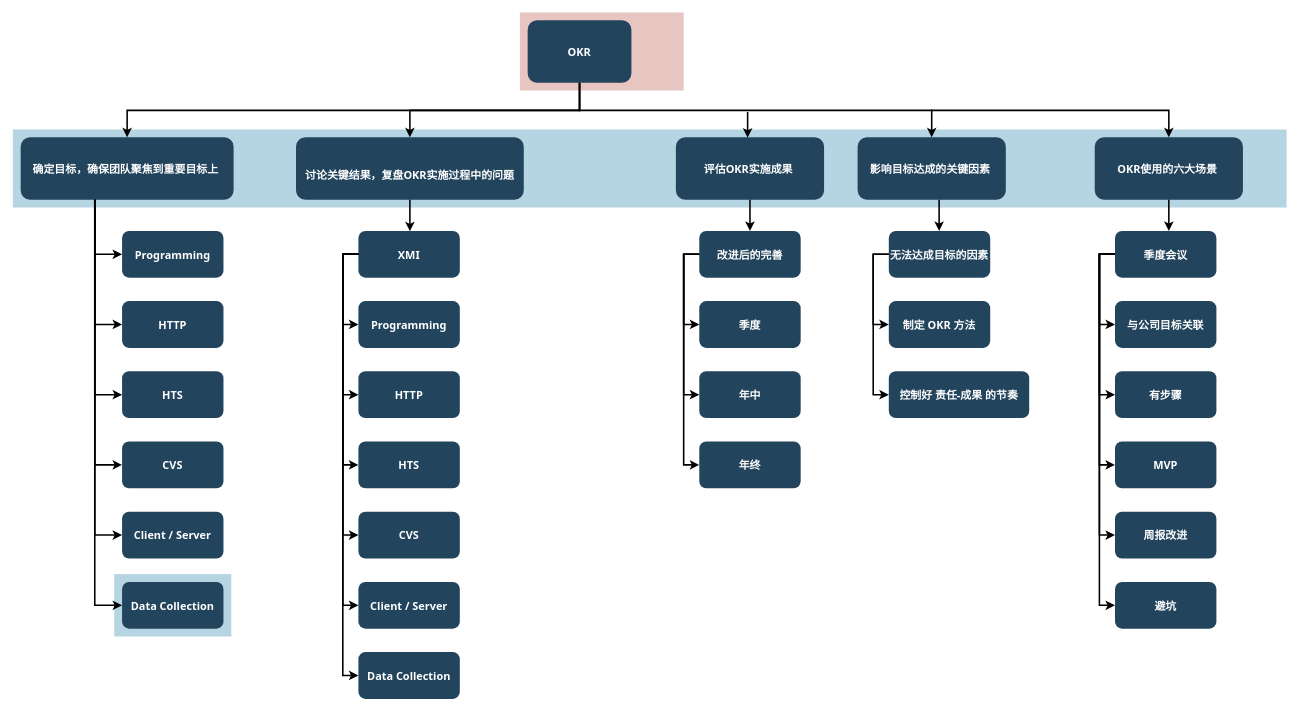
yanlee26/drawings keeps this draw.io diagram as work/Untitled Diagram.drawio. Above is the earlier version. Source tidied: cells renumbered, new cells numbered last; positions are measured from the earlier drawing's top-left corner, leaving out a move shared by most shapes. Both pictures are drawn from the tidied source at 78%, with x=0, y=0 at pixel (12, 12).
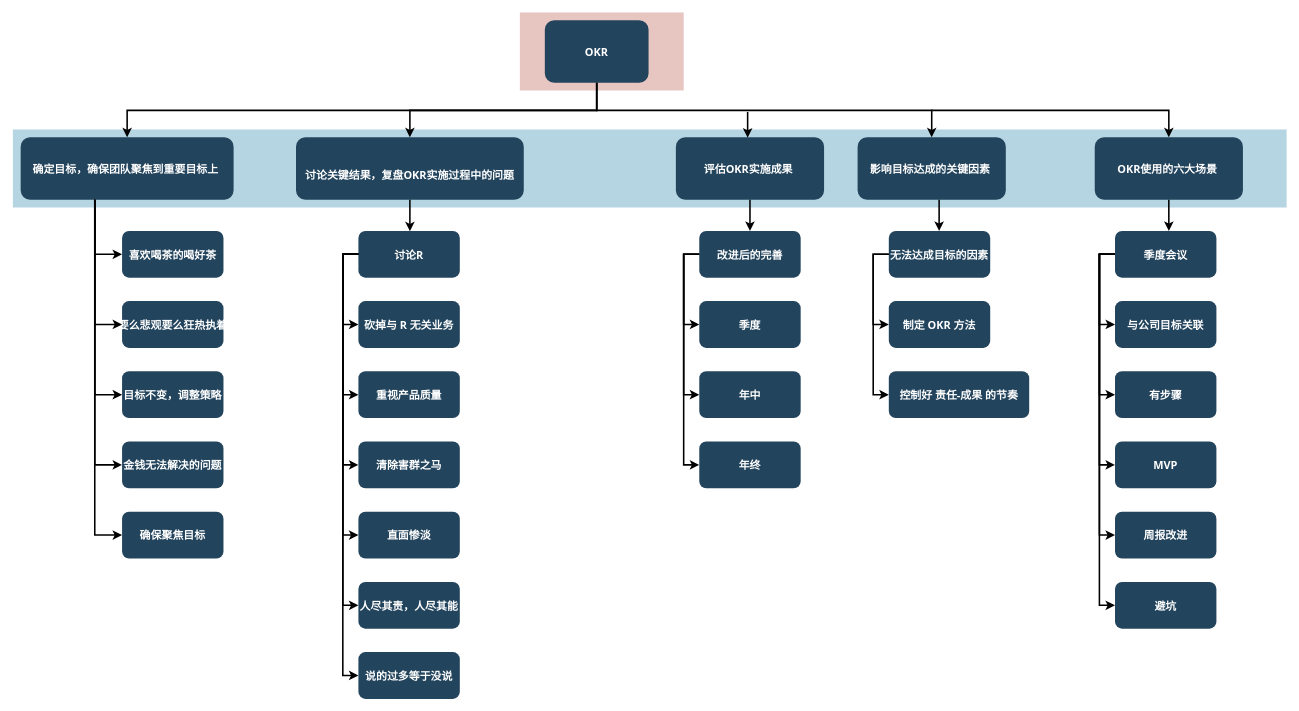
The same page after the edit.

Unchanged cells that the change refers to:
```xml
<mxCell id="10" value="&#10;确定目标，确保团队聚焦到重要目标上 &#10;  " style="rounded=1;fillColor=#23445D;gradientColor=none;strokeColor=none;fontColor=#FFFFFF;fontStyle=1;fontFamily=Tahoma;fontSize=14;verticalAlign=middle;labelPosition=center;verticalLabelPosition=middle;align=center;" parent="1" vertex="1">
  <mxGeometry x="10" y="159.5" width="273" height="80" as="geometry" />
</mxCell>
```

Change to the diagram source:
```diff
@@
-    <mxCell id="4" style="fillColor=#10739E;strokeColor=none;opacity=30;" parent="1" vertex="1">
-      <mxGeometry x="130" y="719.5" width="150" height="80" as="geometry" />
-    </mxCell>
     <mxCell id="5" value="OKR" style="rounded=1;fillColor=#23445D;gradientColor=none;strokeColor=none;fontColor=#FFFFFF;fontStyle=1;fontFamily=Tahoma;fontSize=14;" parent="1" vertex="1">
-      <mxGeometry x="660" y="9.5" width="133" height="80" as="geometry" />
+      <mxGeometry x="682" y="9.5" width="133" height="80" as="geometry" />
     </mxCell>
@@
-    <mxCell id="11" value="Programming" style="rounded=1;fillColor=#23445D;gradientColor=none;strokeColor=none;fontColor=#FFFFFF;fontStyle=1;fontFamily=Tahoma;fontSize=14;" parent="1" vertex="1">
+    <mxCell id="11" value="喜欢喝茶的喝好茶" style="rounded=1;fillColor=#23445D;gradientColor=none;strokeColor=none;fontColor=#FFFFFF;fontStyle=1;fontFamily=Tahoma;fontSize=14;" parent="1" vertex="1">
       <mxGeometry x="140" y="279.5" width="130" height="60" as="geometry" />
     </mxCell>
-    <mxCell id="12" value="HTTP" style="rounded=1;fillColor=#23445D;gradientColor=none;strokeColor=none;fontColor=#FFFFFF;fontStyle=1;fontFamily=Tahoma;fontSize=14;" parent="1" vertex="1">
+    <mxCell id="12" value="要么悲观要么狂热执着" style="rounded=1;fillColor=#23445D;gradientColor=none;strokeColor=none;fontColor=#FFFFFF;fontStyle=1;fontFamily=Tahoma;fontSize=14;" parent="1" vertex="1">
       <mxGeometry x="140" y="369.5" width="130" height="60" as="geometry" />
     </mxCell>
-    <mxCell id="13" value="HTS" style="rounded=1;fillColor=#23445D;gradientColor=none;strokeColor=none;fontColor=#FFFFFF;fontStyle=1;fontFamily=Tahoma;fontSize=14;" parent="1" vertex="1">
+    <mxCell id="13" value="目标不变，调整策略" style="rounded=1;fillColor=#23445D;gradientColor=none;strokeColor=none;fontColor=#FFFFFF;fontStyle=1;fontFamily=Tahoma;fontSize=14;" parent="1" vertex="1">
       <mxGeometry x="140" y="459.5" width="130" height="60" as="geometry" />
     </mxCell>
-    <mxCell id="14" value="CVS" style="rounded=1;fillColor=#23445D;gradientColor=none;strokeColor=none;fontColor=#FFFFFF;fontStyle=1;fontFamily=Tahoma;fontSize=14;" parent="1" vertex="1">
+    <mxCell id="14" value="金钱无法解决的问题" style="rounded=1;fillColor=#23445D;gradientColor=none;strokeColor=none;fontColor=#FFFFFF;fontStyle=1;fontFamily=Tahoma;fontSize=14;" parent="1" vertex="1">
       <mxGeometry x="140" y="549.5" width="130" height="60" as="geometry" />
     </mxCell>
-    <mxCell id="15" value="Client / Server" style="rounded=1;fillColor=#23445D;gradientColor=none;strokeColor=none;fontColor=#FFFFFF;fontStyle=1;fontFamily=Tahoma;fontSize=14;" parent="1" vertex="1">
+    <mxCell id="15" value="确保聚焦目标" style="rounded=1;fillColor=#23445D;gradientColor=none;strokeColor=none;fontColor=#FFFFFF;fontStyle=1;fontFamily=Tahoma;fontSize=14;" parent="1" vertex="1">
       <mxGeometry x="140" y="639.5" width="130" height="60" as="geometry" />
     </mxCell>
-    <mxCell id="16" value="Data Collection" style="rounded=1;fillColor=#23445D;gradientColor=none;strokeColor=none;fontColor=#FFFFFF;fontStyle=1;fontFamily=Tahoma;fontSize=14;" parent="1" vertex="1">
-      <mxGeometry x="140" y="729.5" width="130" height="60" as="geometry" />
-    </mxCell>
-    <mxCell id="17" value="XMI" style="rounded=1;fillColor=#23445D;gradientColor=none;strokeColor=none;fontColor=#FFFFFF;fontStyle=1;fontFamily=Tahoma;fontSize=14;" parent="1" vertex="1">
+    <mxCell id="17" value="讨论R" style="rounded=1;fillColor=#23445D;gradientColor=none;strokeColor=none;fontColor=#FFFFFF;fontStyle=1;fontFamily=Tahoma;fontSize=14;" parent="1" vertex="1">
       <mxGeometry x="443" y="279.5" width="130" height="60" as="geometry" />
     </mxCell>
-    <mxCell id="18" value="Programming" style="rounded=1;fillColor=#23445D;gradientColor=none;strokeColor=none;fontColor=#FFFFFF;fontStyle=1;fontFamily=Tahoma;fontSize=14;" parent="1" vertex="1">
+    <mxCell id="18" value="砍掉与 R 无关业务" style="rounded=1;fillColor=#23445D;gradientColor=none;strokeColor=none;fontColor=#FFFFFF;fontStyle=1;fontFamily=Tahoma;fontSize=14;" parent="1" vertex="1">
       <mxGeometry x="443" y="369.5" width="130" height="60" as="geometry" />
     </mxCell>
-    <mxCell id="19" value="HTTP" style="rounded=1;fillColor=#23445D;gradientColor=none;strokeColor=none;fontColor=#FFFFFF;fontStyle=1;fontFamily=Tahoma;fontSize=14;" parent="1" vertex="1">
+    <mxCell id="19" value="重视产品质量" style="rounded=1;fillColor=#23445D;gradientColor=none;strokeColor=none;fontColor=#FFFFFF;fontStyle=1;fontFamily=Tahoma;fontSize=14;" parent="1" vertex="1">
       <mxGeometry x="443" y="459.5" width="130" height="60" as="geometry" />
     </mxCell>
-    <mxCell id="20" value="HTS" style="rounded=1;fillColor=#23445D;gradientColor=none;strokeColor=none;fontColor=#FFFFFF;fontStyle=1;fontFamily=Tahoma;fontSize=14;" parent="1" vertex="1">
+    <mxCell id="20" value="清除害群之马" style="rounded=1;fillColor=#23445D;gradientColor=none;strokeColor=none;fontColor=#FFFFFF;fontStyle=1;fontFamily=Tahoma;fontSize=14;" parent="1" vertex="1">
       <mxGeometry x="443" y="549.5" width="130" height="60" as="geometry" />
     </mxCell>
-    <mxCell id="21" value="CVS" style="rounded=1;fillColor=#23445D;gradientColor=none;strokeColor=none;fontColor=#FFFFFF;fontStyle=1;fontFamily=Tahoma;fontSize=14;" parent="1" vertex="1">
+    <mxCell id="21" value="直面惨淡" style="rounded=1;fillColor=#23445D;gradientColor=none;strokeColor=none;fontColor=#FFFFFF;fontStyle=1;fontFamily=Tahoma;fontSize=14;" parent="1" vertex="1">
       <mxGeometry x="443" y="639.5" width="130" height="60" as="geometry" />
     </mxCell>
-    <mxCell id="22" value="Client / Server" style="rounded=1;fillColor=#23445D;gradientColor=none;strokeColor=none;fontColor=#FFFFFF;fontStyle=1;fontFamily=Tahoma;fontSize=14;" parent="1" vertex="1">
+    <mxCell id="22" value="人尽其责，人尽其能" style="rounded=1;fillColor=#23445D;gradientColor=none;strokeColor=none;fontColor=#FFFFFF;fontStyle=1;fontFamily=Tahoma;fontSize=14;" parent="1" vertex="1">
       <mxGeometry x="443" y="729.5" width="130" height="60" as="geometry" />
     </mxCell>
-    <mxCell id="23" value="Data Collection" style="rounded=1;fillColor=#23445D;gradientColor=none;strokeColor=none;fontColor=#FFFFFF;fontStyle=1;fontFamily=Tahoma;fontSize=14;" parent="1" vertex="1">
+    <mxCell id="23" value="说的过多等于没说" style="rounded=1;fillColor=#23445D;gradientColor=none;strokeColor=none;fontColor=#FFFFFF;fontStyle=1;fontFamily=Tahoma;fontSize=14;" parent="1" vertex="1">
       <mxGeometry x="443" y="819.5" width="130" height="60" as="geometry" />
     </mxCell>
@@
-    <mxCell id="31" style="edgeStyle=elbowEdgeStyle;elbow=horizontal;strokeWidth=2;rounded=0;" parent="1" edge="1" source="10" target="16">
-      <mxGeometry x="-23" y="135.5" as="geometry">
-        <Array as="points">
-          <mxPoint x="105" y="489.5" />
-        </Array>
-      </mxGeometry>
-    </mxCell>
```
